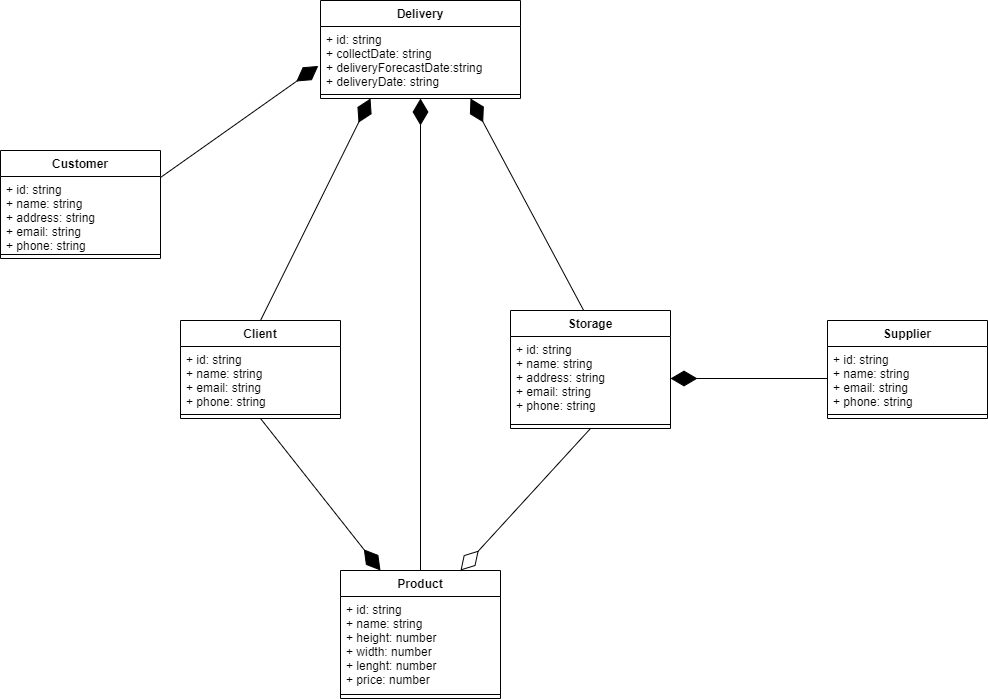
Before: project/diagrams/class-diagrams/class-persistence/png/class-persistence.png, a diagram exported from draw.io (bitols/logistics-services-management). Source tidied: cells renumbered, new cells last; positions are measured from the earlier drawing's top-left corner, leaving out a move shared by most shapes.
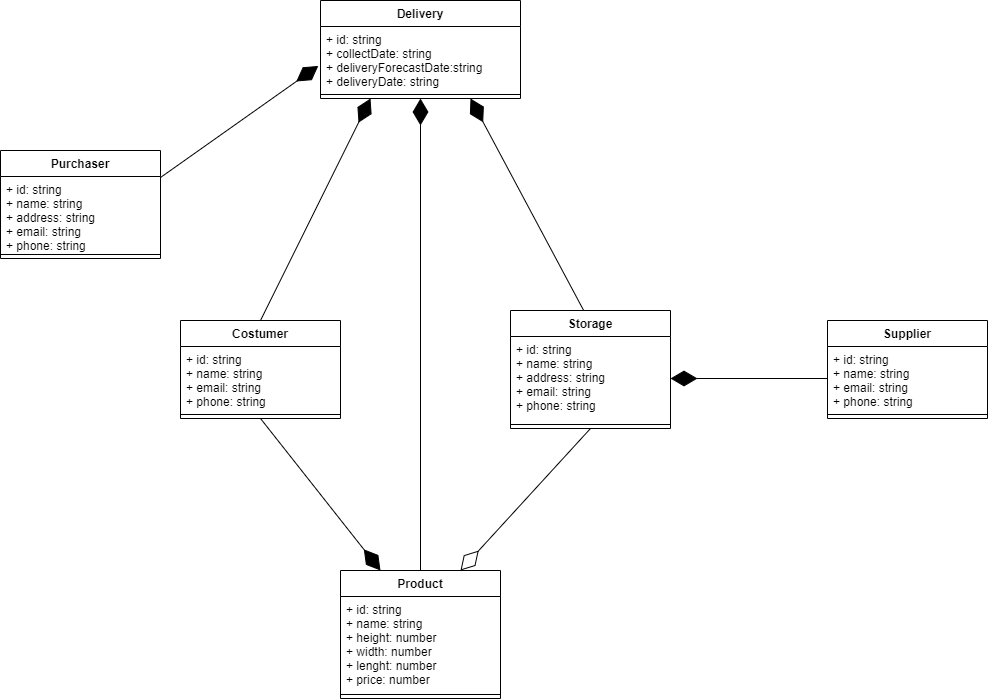
After the commit.

The edit, as a diff of the source:
```diff
@@ -11,7 +11,7 @@
     <mxCell id="4" style="line;strokeWidth=1;fillColor=none;align=left;verticalAlign=middle;spacingTop=-1;spacingLeft=3;spacingRight=3;labelPosition=right;" parent="2" vertex="1">
       <mxGeometry y="90" width="200" height="8" as="geometry" />
     </mxCell>
-    <mxCell id="5" value="Client" style="swimlane;fontStyle=1;align=center;verticalAlign=top;horizontal=1;startSize=26;" parent="1" vertex="1">
+    <mxCell id="5" value="Costumer" style="swimlane;fontStyle=1;align=center;verticalAlign=top;horizontal=1;startSize=26;" parent="1" vertex="1">
       <mxGeometry x="180" y="320" width="160" height="98" as="geometry" />
     </mxCell>
     <mxCell id="6" value="+ id: string&#10;+ name: string&#10;+ email: string&#10;+ phone: string" style="text;strokeColor=none;fillColor=none;align=left;verticalAlign=top;spacingLeft=4;spacingRight=4;overflow=hidden;" parent="5" vertex="1">
@@ -20,7 +20,7 @@
     <mxCell id="7" style="line;strokeWidth=1;fillColor=none;align=left;verticalAlign=middle;spacingTop=-1;spacingLeft=3;spacingRight=3;labelPosition=right;" parent="5" vertex="1">
       <mxGeometry y="90" width="160" height="8" as="geometry" />
     </mxCell>
-    <mxCell id="8" value="Customer" style="swimlane;fontStyle=1;align=center;verticalAlign=top;horizontal=1;startSize=26;" parent="1" vertex="1">
+    <mxCell id="8" value="Purchaser" style="swimlane;fontStyle=1;align=center;verticalAlign=top;horizontal=1;startSize=26;" parent="1" vertex="1">
       <mxGeometry y="150" width="160" height="108" as="geometry" />
     </mxCell>
     <mxCell id="9" value="+ id: string&#10;+ name: string&#10;+ address: string&#10;+ email: string&#10;+ phone: string" style="text;strokeColor=none;fillColor=none;align=left;verticalAlign=top;spacingLeft=4;spacingRight=4;overflow=hidden;" parent="8" vertex="1">
```
